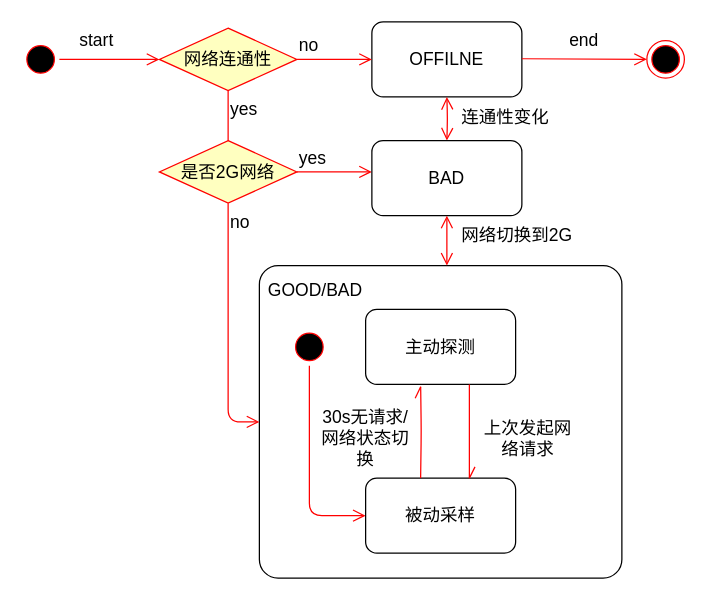
wangziji/graphics keeps this draw.io diagram as page "弱网状态图" (2 of 2) of tmap_network.drawio. Above is the earlier version. Source tidied: cells renumbered, new cells numbered last; positions are measured from the earlier drawing's top-left corner, leaving out a move shared by most shapes. Both pictures are drawn from the tidied source at 125%, with x=0, y=0 at pixel (21, 21).
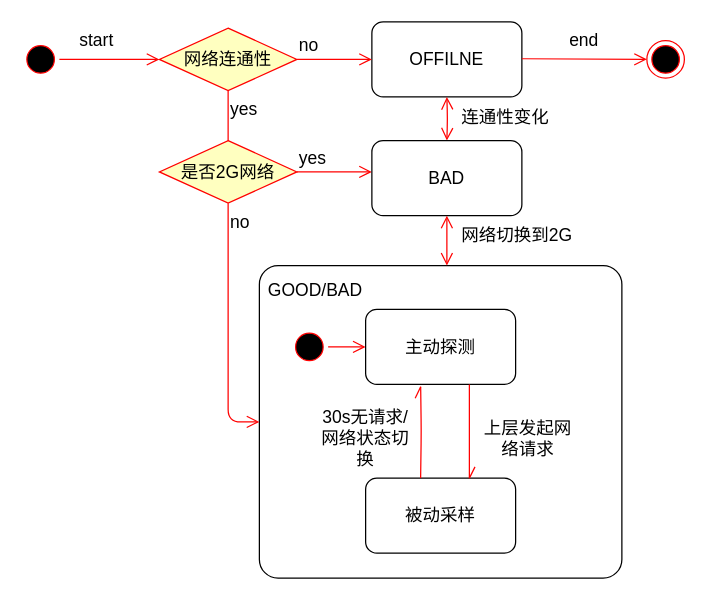
The same diagram, later.

The change refers to these unchanged cells:
```xml
<mxCell id="13" style="group;fontFamily=TTTGB;" parent="1" vertex="1">
  <mxGeometry x="190" y="195" width="290" height="250" as="geometry" />
</mxCell>
<mxCell id="16" style="ellipse;html=1;shape=startState;fillColor=#000000;strokeColor=#ff0000;fontFamily=TTTGB;fontSize=14;" parent="13" vertex="1">
  <mxGeometry x="25" y="50" width="30" height="30" as="geometry" />
</mxCell>
<mxCell id="18" value="主动探测" style="rounded=1;whiteSpace=wrap;html=1;fontFamily=TTTGB;fontSize=14;" parent="13" vertex="1">
  <mxGeometry x="85" y="35" width="120" height="60" as="geometry" />
</mxCell>
<mxCell id="19" value="被动采样" style="rounded=1;whiteSpace=wrap;html=1;fontFamily=TTTGB;fontSize=14;" parent="13" vertex="1">
  <mxGeometry x="85" y="170" width="120" height="60" as="geometry" />
</mxCell>
```

Change to the diagram source:
```diff
@@
-    <mxCell id="17" style="edgeStyle=orthogonalEdgeStyle;html=1;verticalAlign=bottom;endArrow=open;endSize=8;strokeColor=#ff0000;fontFamily=TTTGB;fontSize=14;entryX=0;entryY=0.5;entryDx=0;entryDy=0;" parent="13" edge="1" source="16" target="19">
+    <mxCell id="17" style="edgeStyle=orthogonalEdgeStyle;html=1;verticalAlign=bottom;endArrow=open;endSize=8;strokeColor=#ff0000;fontFamily=TTTGB;fontSize=14;entryX=0;entryY=0.5;entryDx=0;entryDy=0;exitX=1;exitY=0.5;exitDx=0;exitDy=0;" parent="13" edge="1" source="16" target="18">
       <mxGeometry relative="1" as="geometry">
         <Array as="points">
-          <mxPoint x="40" y="200" />
+          <mxPoint x="70" y="65" />
+          <mxPoint x="70" y="65" />
         </Array>
       </mxGeometry>
     </mxCell>
@@
-    <mxCell id="23" value="上次发起网络请求" style="text;html=1;strokeColor=none;fillColor=none;align=center;verticalAlign=middle;whiteSpace=wrap;rounded=0;fontFamily=TTTGB;fontSize=14;" parent="13" vertex="1">
+    <mxCell id="23" value="上层发起网络请求" style="text;html=1;strokeColor=none;fillColor=none;align=center;verticalAlign=middle;whiteSpace=wrap;rounded=0;fontFamily=TTTGB;fontSize=14;" parent="13" vertex="1">
       <mxGeometry x="175" y="115" width="80" height="45" as="geometry" />
     </mxCell>
```
